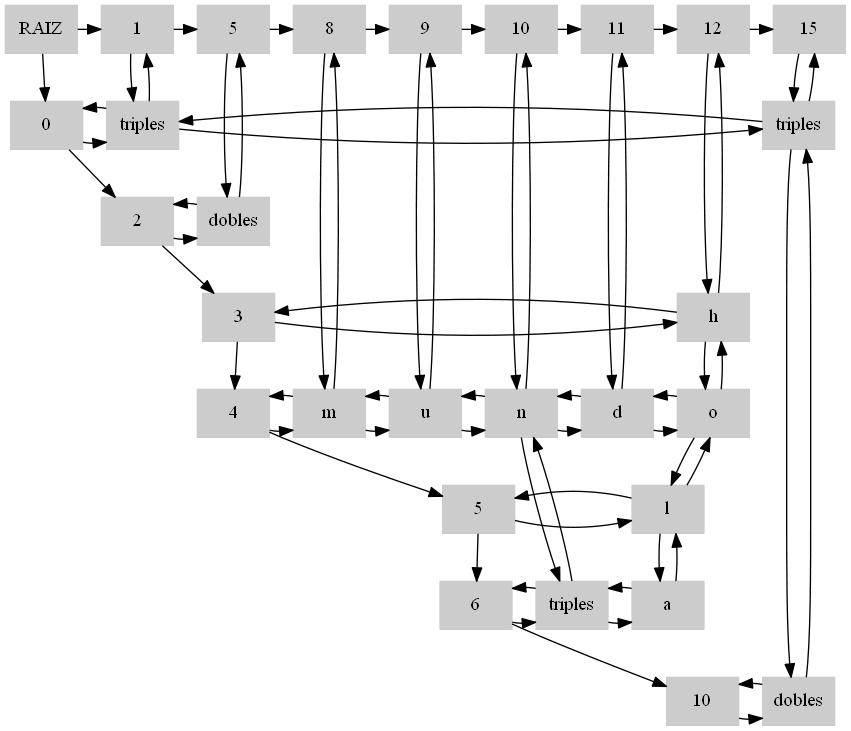
Before: RepMatriz.png, a diagram exported from Graphviz (loumisha96/EDD_1S2020_PY1_201602935). Its source is kept beside it as RepMatriz.dot. Source of this version:
```dot
digraph G {
node[shape=box, style=filled, color = Gray80];
edge[color=black]
rankdir=UD
{rank = same;-1,C1,C5,C8,C9,C10,C11,C12,C15};
-1[label="RAIZ"];
-1->C1
C1[label="1"];
C5[label="5"];
C8[label="8"];
C9[label="9"];
C10[label="10"];
C11[label="11"];
C12[label="12"];
C15[label="15"];
C1->C5->C8->C9->C10->C11->C12->C15
-1->F0
F0[label="0"];
F2[label="2"];
F3[label="3"];
F4[label="4"];
F5[label="5"];
F6[label="6"];
F10[label="10"];
F0->F2->F3->F4->F5->F6->F10
01[label="triples"];
015[label="triples"];
25[label="dobles"];
312[label="h"];
48[label="m"];
49[label="u"];
410[label="n"];
411[label="d"];
412[label="o"];
512[label="l"];
610[label="triples"];
612[label="a"];
1015[label="dobles"];
F0->01
F2->25
F3->312
F4->48
F5->512
F6->610
F10->1015
01[label="triples"];
25[label="dobles"];
48[label="m"];
49[label="u"];
410[label="n"];
610[label="triples"];
411[label="d"];
312[label="h"];
412[label="o"];
512[label="l"];
612[label="a"];
015[label="triples"];
1015[label="dobles"];
C1->01
C5->25
C8->48
C9->49
C10->410
C11->411
C12->312
C15->015
{rank = same;F0,01,015};
{rank = same;F2,25};
{rank = same;F3,312};
{rank = same;F4,48,49,410,411,412};
{rank = same;F5,512};
{rank = same;F6,610,612};
{rank = same;F10,1015};
{rank = main;C1,01};
{rank = main;C5,25};
{rank = main;C8,48};
{rank = main;C9,49};
{rank = main;C10,410,610};
{rank = main;C11,411};
{rank = main;C12,312,412,512,612};
{rank = main;C15,015,1015};
01->015
01->F0
015->01

25
25->F2

312
312->F3

48->49->410->411->412
48->F4
49->48
410->49
411->410
412->411

512
512->F5

610->612
610->F6
612->610

1015
1015->F10

01->C1
01

25->C5
25

48->C8
48

49->C9
49

410->C10
410->610
610->410

411->C11
411

312->C12
312->412->512->612
412->312
512->412
612->512

015->C15
015->1015
1015->015


}
```
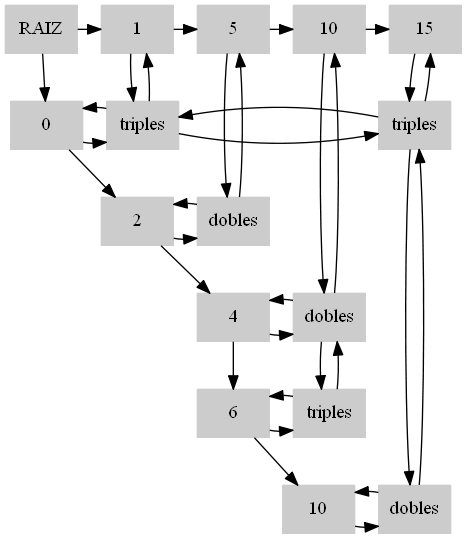
After the commit.

Change to the diagram source:
```diff
@@ -2,82 +2,50 @@
 node[shape=box, style=filled, color = Gray80];
 edge[color=black]
 rankdir=UD
-{rank = same;-1,C1,C5,C8,C9,C10,C11,C12,C15};
+{rank = same;-1,C1,C5,C10,C15};
 -1[label="RAIZ"];
 -1->C1
 C1[label="1"];
 C5[label="5"];
-C8[label="8"];
-C9[label="9"];
 C10[label="10"];
-C11[label="11"];
-C12[label="12"];
 C15[label="15"];
-C1->C5->C8->C9->C10->C11->C12->C15
+C1->C5->C10->C15
 -1->F0
 F0[label="0"];
 F2[label="2"];
-F3[label="3"];
 F4[label="4"];
-F5[label="5"];
 F6[label="6"];
 F10[label="10"];
-F0->F2->F3->F4->F5->F6->F10
+F0->F2->F4->F6->F10
 01[label="triples"];
 015[label="triples"];
 25[label="dobles"];
-312[label="h"];
-48[label="m"];
-49[label="u"];
-410[label="n"];
-411[label="d"];
-412[label="o"];
-512[label="l"];
+410[label="dobles"];
 610[label="triples"];
-612[label="a"];
 1015[label="dobles"];
 F0->01
 F2->25
-F3->312
-F4->48
-F5->512
+F4->410
 F6->610
 F10->1015
 01[label="triples"];
 25[label="dobles"];
-48[label="m"];
-49[label="u"];
-410[label="n"];
+410[label="dobles"];
 610[label="triples"];
-411[label="d"];
-312[label="h"];
-412[label="o"];
-512[label="l"];
-612[label="a"];
 015[label="triples"];
 1015[label="dobles"];
 C1->01
 C5->25
-C8->48
-C9->49
 C10->410
-C11->411
-C12->312
 C15->015
 {rank = same;F0,01,015};
 {rank = same;F2,25};
-{rank = same;F3,312};
-{rank = same;F4,48,49,410,411,412};
-{rank = same;F5,512};
-{rank = same;F6,610,612};
+{rank = same;F4,410};
+{rank = same;F6,610};
 {rank = same;F10,1015};
 {rank = main;C1,01};
 {rank = main;C5,25};
-{rank = main;C8,48};
-{rank = main;C9,49};
 {rank = main;C10,410,610};
-{rank = main;C11,411};
-{rank = main;C12,312,412,512,612};
 {rank = main;C15,015,1015};
 01->015
 01->F0
@@ -86,22 +54,11 @@
 25
 25->F2
 
-312
-312->F3
+410
+410->F4
 
-48->49->410->411->412
-48->F4
-49->48
-410->49
-411->410
-412->411
-
-512
-512->F5
-
-610->612
+610
 610->F6
-612->610
 
 1015
 1015->F10
@@ -112,24 +69,9 @@
 25->C5
 25
 
-48->C8
-48
-
-49->C9
-49
-
 410->C10
 410->610
 610->410
-
-411->C11
-411
-
-312->C12
-312->412->512->612
-412->312
-512->412
-612->512
 
 015->C15
 015->1015
```
